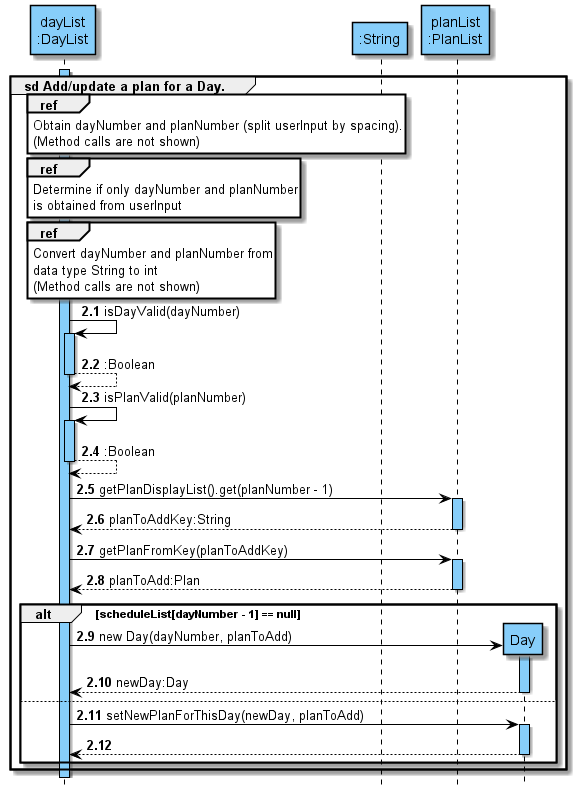
The PlantUML diagram docs/uml/sequenceDiagrams/schedule/images/updateScheduleDetails.png in nus-cs2113-AY2122S2/tp, before a commit.
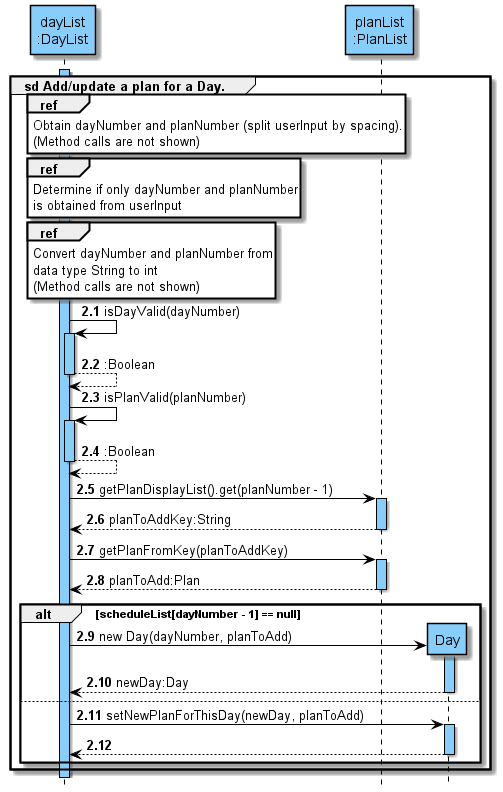
The same diagram one commit later.

Commit message:
remove string class

The edit, as a diff of the source:
```diff
@@ -5,7 +5,6 @@
 hide footbox
 
 participant "dayList\n:DayList" AS DayList COLOR_LOGIC
-participant ":String" AS string COLOR_LOGIC
 
 
 activate DayList COLOR_LOGIC
```
